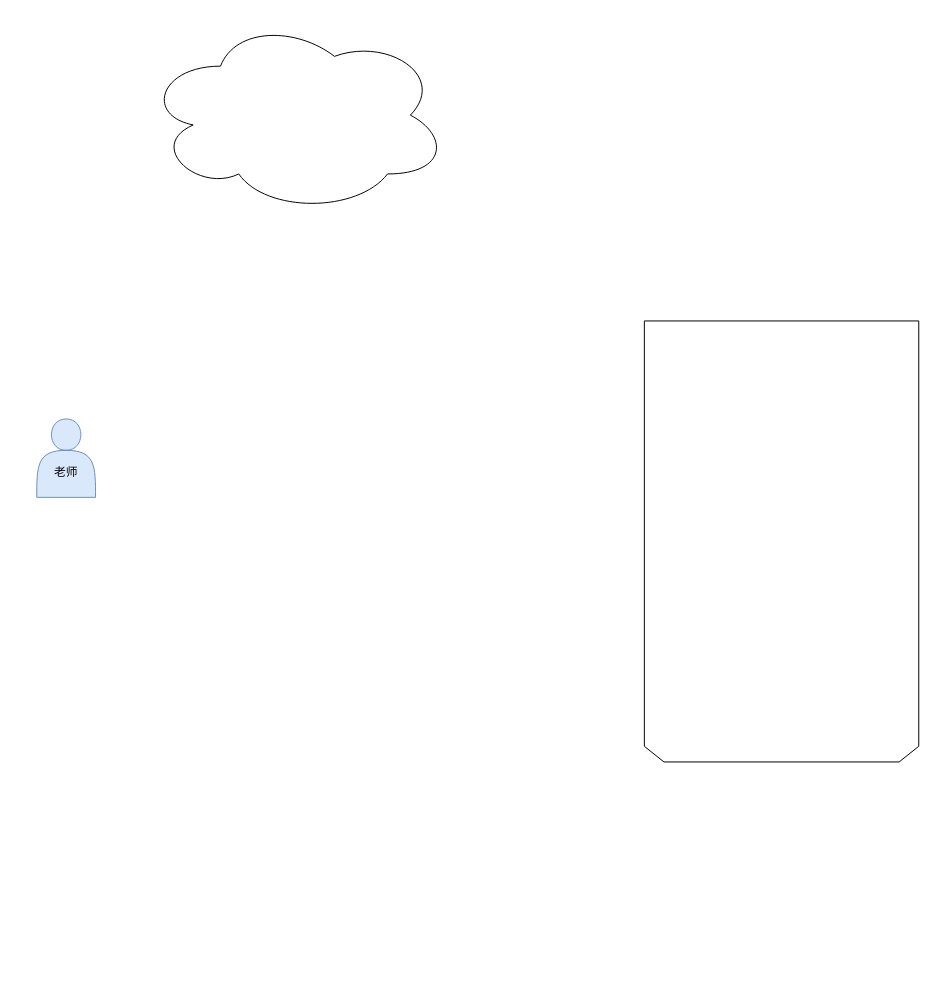
This is diagrams/school&parking.drawio from hidumou/diagrams, a draw.io file, before an edit. Source tidied: cells renumbered, new cells numbered last; positions are measured from the earlier drawing's top-left corner, leaving out a move shared by most shapes. Both pictures are drawn from the tidied source at 98%, with x=0, y=0 at pixel (36, 17). Pictures stored in the file or linked from it are replaced by grey dashed boxes.
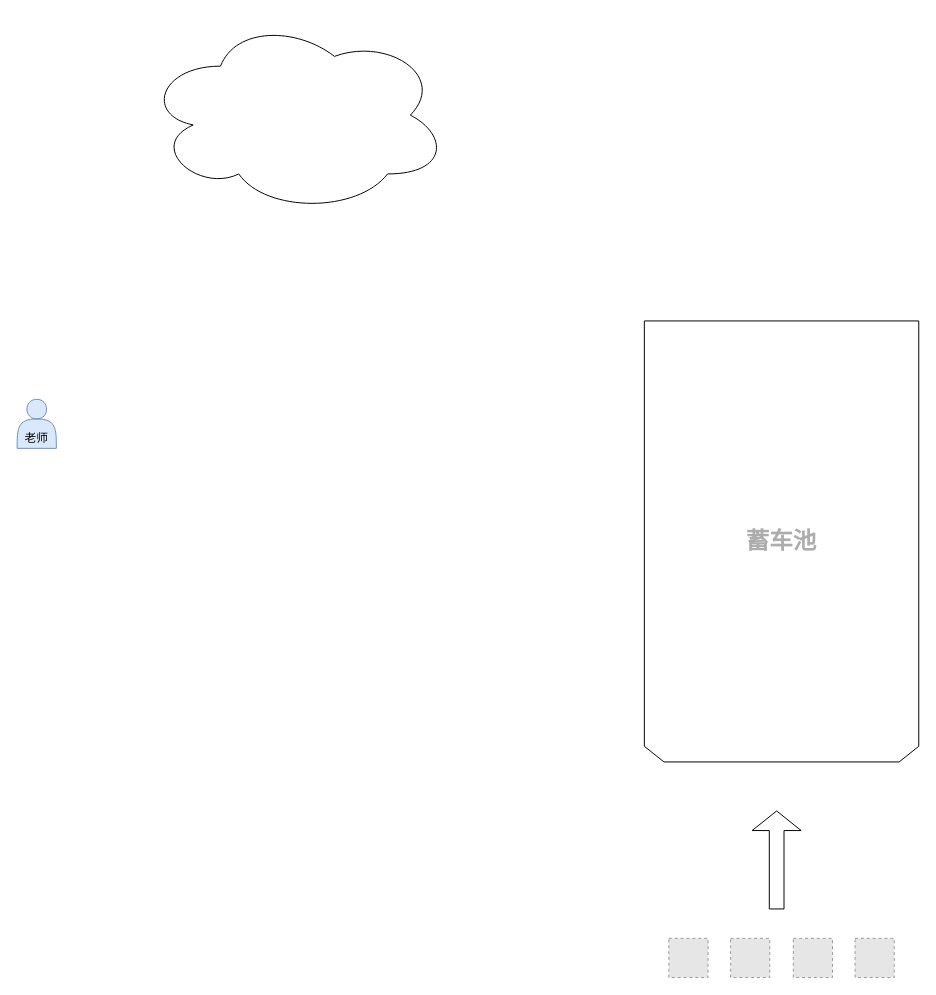
Above is the later version.

The edit, as a diff of the source:
```diff
@@
 <mxGraphModel>
   <root>
     <mxCell id="0" />
     <mxCell id="1" parent="0" />
     <mxCell id="2" value="&lt;br&gt;&lt;br&gt;老师" style="shape=actor;whiteSpace=wrap;html=1;fillColor=#dae8fc;strokeColor=#6c8ebf;" parent="1" vertex="1">
-      <mxGeometry y="410" width="60" height="80" as="geometry" />
+      <mxGeometry x="-20" y="390" width="40" height="50" as="geometry" />
     </mxCell>
-    <mxCell id="3" style="shape=loopLimit;whiteSpace=wrap;html=1;rounded=0;sketch=0;direction=west;" parent="1" vertex="1">
+    <mxCell id="3" value="&lt;h1&gt;&lt;font color=&quot;#adadad&quot;&gt;蓄车池&lt;/font&gt;&lt;/h1&gt;" style="shape=loopLimit;whiteSpace=wrap;html=1;rounded=0;sketch=0;direction=west;" parent="1" vertex="1">
       <mxGeometry x="620" y="310" width="280" height="450" as="geometry" />
     </mxCell>
     <mxCell id="4" style="ellipse;shape=cloud;whiteSpace=wrap;html=1;rounded=0;sketch=0;" parent="1" vertex="1">
       <mxGeometry x="110" width="310" height="200" as="geometry" />
     </mxCell>
+    <mxCell id="5" style="fillColor=#E6E6E6;strokeColor=#999999;dashed=1;verticalLabelPosition=bottom;verticalAlign=top;" parent="1" vertex="1">
+      <mxGeometry x="772" y="940" width="40" height="40" as="geometry" />
+    </mxCell>
+    <mxCell id="6" style="fillColor=#E6E6E6;strokeColor=#999999;dashed=1;verticalLabelPosition=bottom;verticalAlign=top;" parent="1" vertex="1">
+      <mxGeometry x="708" y="940" width="40" height="40" as="geometry" />
+    </mxCell>
+    <mxCell id="7" style="fillColor=#E6E6E6;strokeColor=#999999;dashed=1;verticalLabelPosition=bottom;verticalAlign=top;" parent="1" vertex="1">
+      <mxGeometry x="645" y="940" width="40" height="40" as="geometry" />
+    </mxCell>
+    <mxCell id="8" style="fillColor=#E6E6E6;strokeColor=#999999;dashed=1;verticalLabelPosition=bottom;verticalAlign=top;" parent="1" vertex="1">
+      <mxGeometry x="835" y="940" width="40" height="40" as="geometry" />
+    </mxCell>
+    <mxCell id="9" style="shape=singleArrow;direction=north;whiteSpace=wrap;html=1;rounded=0;sketch=0;" parent="1" vertex="1">
+      <mxGeometry x="730" y="810" width="50" height="100" as="geometry" />
+    </mxCell>
   </root>
 </mxGraphModel>
```
